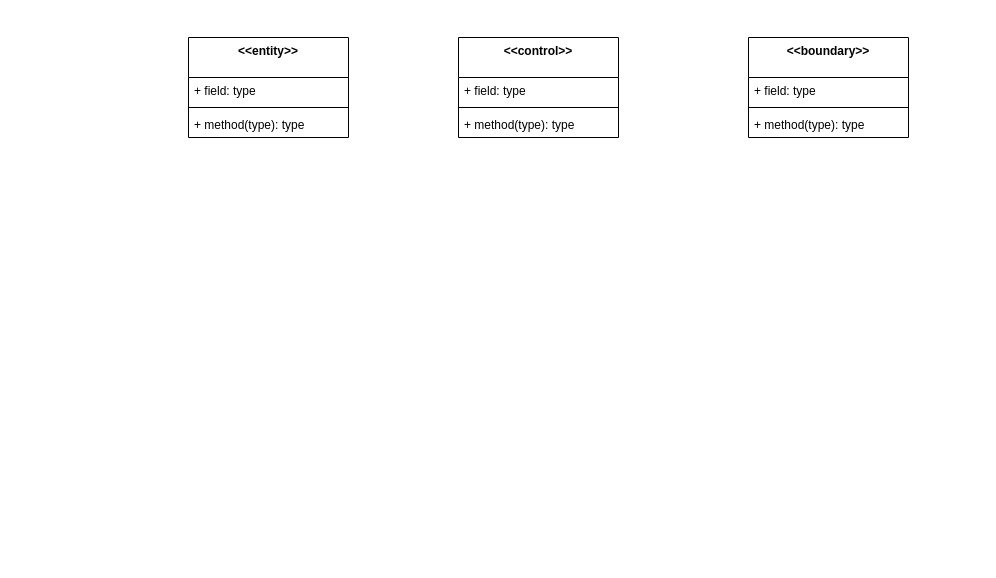
Above: Docs/VoPC/VoPC CreateStudyGroup.drawio in nic-agos/DoveStudi (draw.io), before the change. Source tidied: cells renumbered, new cells numbered last; positions are measured from the earlier drawing's top-left corner, leaving out a move shared by most shapes. Both pictures are drawn from the tidied source at 100%, with x=0, y=0 at pixel (188, 37).
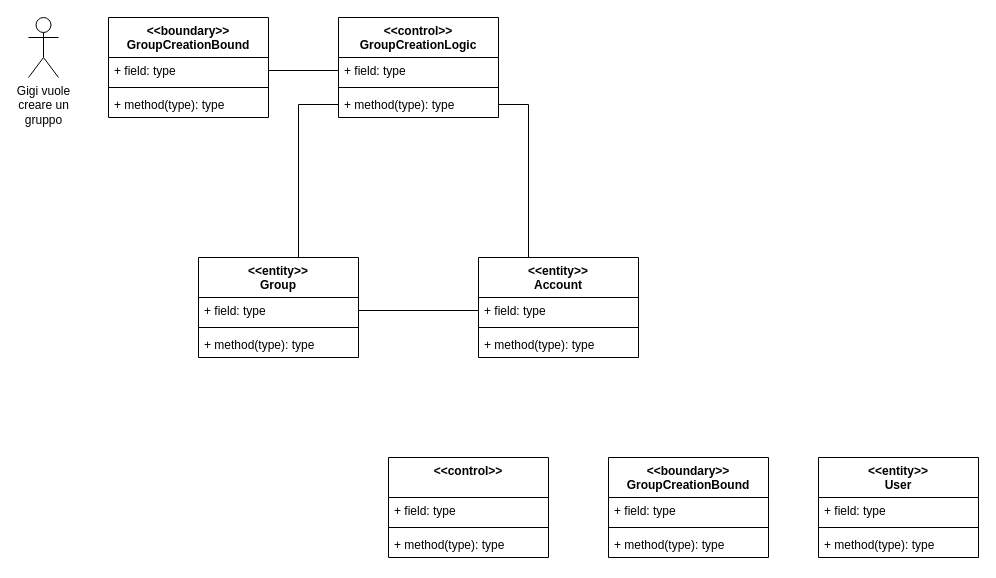
Above is the later version.

Commit message:
class defined without method

The change refers to these unchanged cells:
```xml
<mxCell id="3" value="+ field: type" style="text;strokeColor=none;fillColor=none;align=left;verticalAlign=top;spacingLeft=4;spacingRight=4;overflow=hidden;points=[[0,0.5],[1,0.5]];portConstraint=eastwest;" parent="2" vertex="1">
  <mxGeometry y="40" width="160" height="26" as="geometry" />
</mxCell>
<mxCell id="7" value="+ field: type" style="text;strokeColor=none;fillColor=none;align=left;verticalAlign=top;spacingLeft=4;spacingRight=4;overflow=hidden;points=[[0,0.5],[1,0.5]];portConstraint=eastwest;" parent="6" vertex="1">
  <mxGeometry y="40" width="160" height="26" as="geometry" />
</mxCell>
<mxCell id="9" value="+ method(type): type" style="text;strokeColor=none;fillColor=none;align=left;verticalAlign=top;spacingLeft=4;spacingRight=4;overflow=hidden;points=[[0,0.5],[1,0.5]];portConstraint=eastwest;" parent="6" vertex="1">
  <mxGeometry y="74" width="160" height="26" as="geometry" />
</mxCell>
<mxCell id="11" value="+ field: type" style="text;strokeColor=none;fillColor=none;align=left;verticalAlign=top;spacingLeft=4;spacingRight=4;overflow=hidden;points=[[0,0.5],[1,0.5]];portConstraint=eastwest;" parent="10" vertex="1">
  <mxGeometry y="40" width="160" height="26" as="geometry" />
</mxCell>
```

Change to the diagram source:
```diff
@@
+    <mxCell id="14" style="edgeStyle=orthogonalEdgeStyle;rounded=0;jettySize=auto;html=1;exitX=0.5;exitY=0;exitDx=0;exitDy=0;entryX=0;entryY=0.5;entryDx=0;entryDy=0;endArrow=none;endFill=0;" parent="1" edge="1" source="2" target="9">
+      <mxGeometry relative="1" as="geometry">
+        <Array as="points">
+          <mxPoint x="110" y="220" />
+          <mxPoint x="110" y="67" />
+        </Array>
+      </mxGeometry>
+    </mxCell>
-    <mxCell id="2" value="&lt;&lt;entity&gt;&gt;&#10;" style="swimlane;fontStyle=1;align=center;verticalAlign=top;horizontal=1;startSize=40;" parent="1" vertex="1">
-      <mxGeometry width="160" height="100" as="geometry" />
+    <mxCell id="2" value="&lt;&lt;entity&gt;&gt;&#10;Group" style="swimlane;fontStyle=1;align=center;verticalAlign=top;horizontal=1;startSize=40;" parent="1" vertex="1">
+      <mxGeometry x="10" y="220" width="160" height="100" as="geometry" />
     </mxCell>
@@
-    <mxCell id="6" value="&lt;&lt;control&gt;&gt;&#10;" style="swimlane;fontStyle=1;align=center;verticalAlign=top;horizontal=1;startSize=40;" parent="1" vertex="1">
-      <mxGeometry x="270" width="160" height="100" as="geometry" />
+    <mxCell id="6" value="&lt;&lt;control&gt;&gt;&#10;GroupCreationLogic" style="swimlane;fontStyle=1;align=center;verticalAlign=top;horizontal=1;startSize=40;" parent="1" vertex="1">
+      <mxGeometry x="150" y="-20" width="160" height="100" as="geometry" />
     </mxCell>
@@
-    <mxCell id="10" value="&lt;&lt;boundary&gt;&gt;&#10;" style="swimlane;fontStyle=1;align=center;verticalAlign=top;horizontal=1;startSize=40;" parent="1" vertex="1">
-      <mxGeometry x="560" width="160" height="100" as="geometry" />
+    <mxCell id="10" value="&lt;&lt;boundary&gt;&gt;&#10;GroupCreationBound" style="swimlane;fontStyle=1;align=center;verticalAlign=top;horizontal=1;startSize=40;" parent="1" vertex="1">
+      <mxGeometry x="-80" y="-20" width="160" height="100" as="geometry" />
     </mxCell>
@@
+    <mxCell id="15" value="Gigi vuole&lt;br&gt;creare un&lt;br&gt;gruppo" style="shape=umlActor;verticalLabelPosition=bottom;verticalAlign=top;html=1;" parent="1" vertex="1">
+      <mxGeometry x="-160" y="-20" width="30" height="60" as="geometry" />
+    </mxCell>
+    <mxCell id="16" value="&lt;&lt;boundary&gt;&gt;&#10;GroupCreationBound" style="swimlane;fontStyle=1;align=center;verticalAlign=top;horizontal=1;startSize=40;" parent="1" vertex="1">
+      <mxGeometry x="420" y="420" width="160" height="100" as="geometry" />
+    </mxCell>
+    <mxCell id="17" value="+ field: type" style="text;strokeColor=none;fillColor=none;align=left;verticalAlign=top;spacingLeft=4;spacingRight=4;overflow=hidden;" parent="16" vertex="1">
+      <mxGeometry y="40" width="160" height="26" as="geometry" />
+    </mxCell>
+    <mxCell id="18" style="line;strokeWidth=1;fillColor=none;align=left;verticalAlign=middle;spacingTop=-1;spacingLeft=3;spacingRight=3;labelPosition=right;" parent="16" vertex="1">
+      <mxGeometry y="66" width="160" height="8" as="geometry" />
+    </mxCell>
+    <mxCell id="19" value="+ method(type): type" style="text;strokeColor=none;fillColor=none;align=left;verticalAlign=top;spacingLeft=4;spacingRight=4;overflow=hidden;" parent="16" vertex="1">
+      <mxGeometry y="74" width="160" height="26" as="geometry" />
+    </mxCell>
+    <mxCell id="20" value="&lt;&lt;control&gt;&gt;&#10;" style="swimlane;fontStyle=1;align=center;verticalAlign=top;horizontal=1;startSize=40;" parent="1" vertex="1">
+      <mxGeometry x="200" y="420" width="160" height="100" as="geometry" />
+    </mxCell>
+    <mxCell id="21" value="+ field: type" style="text;strokeColor=none;fillColor=none;align=left;verticalAlign=top;spacingLeft=4;spacingRight=4;overflow=hidden;" parent="20" vertex="1">
+      <mxGeometry y="40" width="160" height="26" as="geometry" />
+    </mxCell>
+    <mxCell id="22" style="line;strokeWidth=1;fillColor=none;align=left;verticalAlign=middle;spacingTop=-1;spacingLeft=3;spacingRight=3;labelPosition=right;" parent="20" vertex="1">
+      <mxGeometry y="66" width="160" height="8" as="geometry" />
+    </mxCell>
+    <mxCell id="23" value="+ method(type): type" style="text;strokeColor=none;fillColor=none;align=left;verticalAlign=top;spacingLeft=4;spacingRight=4;overflow=hidden;" parent="20" vertex="1">
+      <mxGeometry y="74" width="160" height="26" as="geometry" />
+    </mxCell>
+    <mxCell id="24" style="edgeStyle=orthogonalEdgeStyle;rounded=0;jettySize=auto;html=1;exitX=0.5;exitY=0;exitDx=0;exitDy=0;endArrow=none;endFill=0;" parent="1" edge="1" source="25" target="9">
+      <mxGeometry relative="1" as="geometry">
+        <Array as="points">
+          <mxPoint x="340" y="220" />
+          <mxPoint x="340" y="67" />
+        </Array>
+      </mxGeometry>
+    </mxCell>
+    <mxCell id="25" value="&lt;&lt;entity&gt;&gt;&#10;Account" style="swimlane;fontStyle=1;align=center;verticalAlign=top;horizontal=1;startSize=40;" parent="1" vertex="1">
+      <mxGeometry x="290" y="220" width="160" height="100" as="geometry" />
+    </mxCell>
+    <mxCell id="26" value="+ field: type" style="text;strokeColor=none;fillColor=none;align=left;verticalAlign=top;spacingLeft=4;spacingRight=4;overflow=hidden;points=[[0,0.5],[1,0.5]];portConstraint=eastwest;" parent="25" vertex="1">
+      <mxGeometry y="40" width="160" height="26" as="geometry" />
+    </mxCell>
+    <mxCell id="27" style="line;strokeWidth=1;fillColor=none;align=left;verticalAlign=middle;spacingTop=-1;spacingLeft=3;spacingRight=3;labelPosition=right;" parent="25" vertex="1">
+      <mxGeometry y="66" width="160" height="8" as="geometry" />
+    </mxCell>
+    <mxCell id="28" value="+ method(type): type" style="text;strokeColor=none;fillColor=none;align=left;verticalAlign=top;spacingLeft=4;spacingRight=4;overflow=hidden;" parent="25" vertex="1">
+      <mxGeometry y="74" width="160" height="26" as="geometry" />
+    </mxCell>
+    <mxCell id="29" value="&lt;&lt;entity&gt;&gt;&#10;User" style="swimlane;fontStyle=1;align=center;verticalAlign=top;horizontal=1;startSize=40;" parent="1" vertex="1">
+      <mxGeometry x="630" y="420" width="160" height="100" as="geometry" />
+    </mxCell>
+    <mxCell id="30" value="+ field: type" style="text;strokeColor=none;fillColor=none;align=left;verticalAlign=top;spacingLeft=4;spacingRight=4;overflow=hidden;" parent="29" vertex="1">
+      <mxGeometry y="40" width="160" height="26" as="geometry" />
+    </mxCell>
+    <mxCell id="31" style="line;strokeWidth=1;fillColor=none;align=left;verticalAlign=middle;spacingTop=-1;spacingLeft=3;spacingRight=3;labelPosition=right;" parent="29" vertex="1">
+      <mxGeometry y="66" width="160" height="8" as="geometry" />
+    </mxCell>
+    <mxCell id="32" value="+ method(type): type" style="text;strokeColor=none;fillColor=none;align=left;verticalAlign=top;spacingLeft=4;spacingRight=4;overflow=hidden;" parent="29" vertex="1">
+      <mxGeometry y="74" width="160" height="26" as="geometry" />
+    </mxCell>
+    <mxCell id="33" style="edgeStyle=orthogonalEdgeStyle;rounded=0;jettySize=auto;html=1;exitX=1;exitY=0.5;exitDx=0;exitDy=0;entryX=0;entryY=0.5;entryDx=0;entryDy=0;endArrow=none;endFill=0;" parent="1" edge="1" source="11" target="7">
+      <mxGeometry relative="1" as="geometry" />
+    </mxCell>
+    <mxCell id="34" style="edgeStyle=orthogonalEdgeStyle;rounded=0;jettySize=auto;html=1;exitX=1;exitY=0.5;exitDx=0;exitDy=0;entryX=0;entryY=0.5;entryDx=0;entryDy=0;endArrow=none;endFill=0;" parent="1" edge="1" source="3" target="26">
+      <mxGeometry relative="1" as="geometry" />
+    </mxCell>
```
